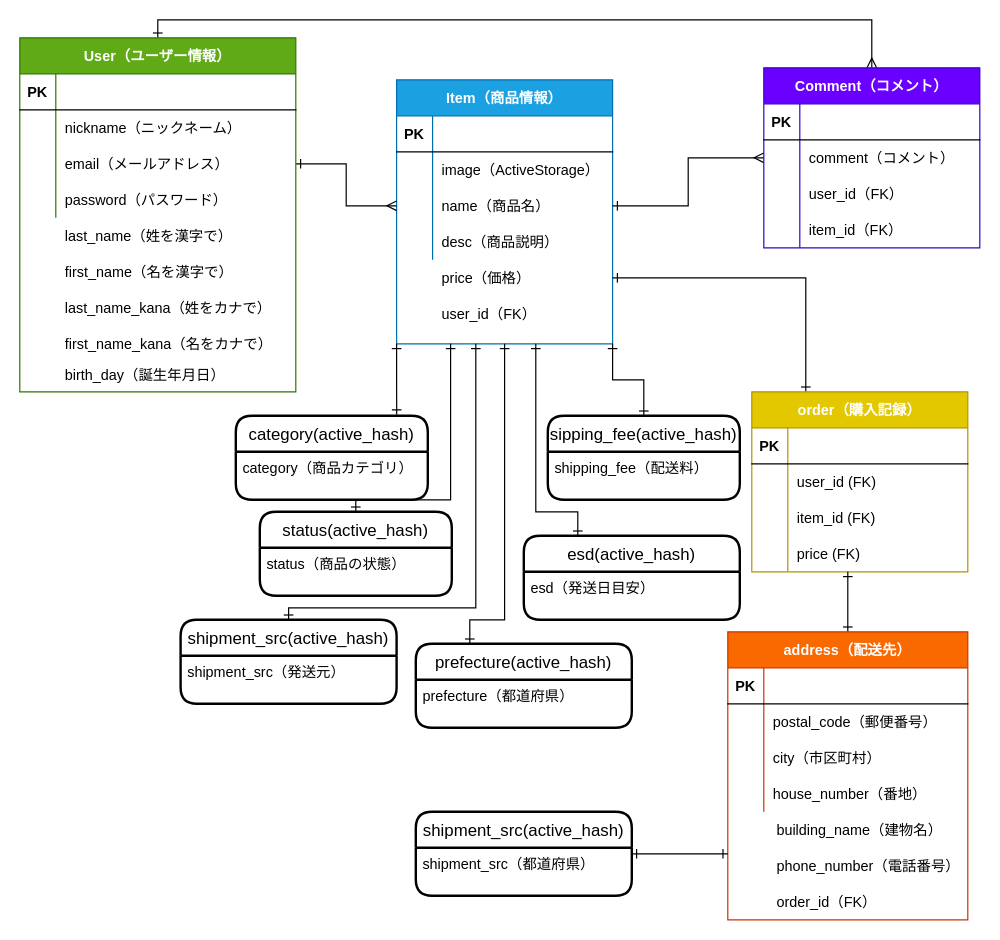
Above: furima-35018.dio in soozeay/furima-35018 (draw.io), before the change. Source tidied: cells renumbered, new cells numbered last; positions are measured from the earlier drawing's top-left corner, leaving out a move shared by most shapes. Both pictures are drawn from the tidied source at 120%, with x=0, y=0 at pixel (19, 19).
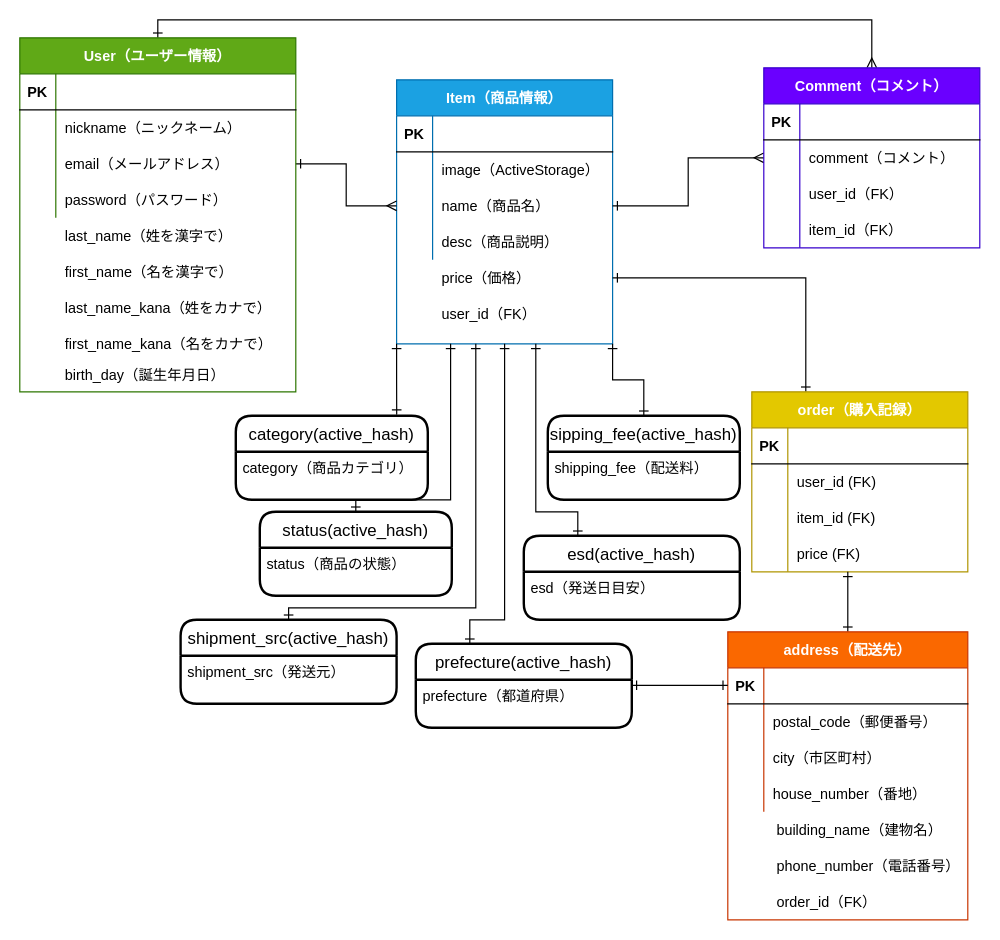
The same diagram, later.

The edit, as a diff of the source:
```diff
@@
-    <mxCell id="91" style="edgeStyle=orthogonalEdgeStyle;rounded=0;jettySize=auto;html=1;exitX=1;exitY=0.5;exitDx=0;exitDy=0;startArrow=ERone;startFill=0;endArrow=ERone;endFill=0;" parent="1" edge="1" source="92">
+    <mxCell id="91" style="edgeStyle=orthogonalEdgeStyle;rounded=0;orthogonalLoop=1;jettySize=auto;html=1;exitX=1;exitY=0.5;exitDx=0;exitDy=0;startArrow=ERone;startFill=0;endArrow=ERone;endFill=0;" parent="1" edge="1">
       <mxGeometry relative="1" as="geometry">
-        <mxPoint x="590" y="695" as="targetPoint" />
+        <mxPoint x="510" y="554.6" as="sourcePoint" />
+        <mxPoint x="590" y="554.6" as="targetPoint" />
       </mxGeometry>
     </mxCell>
-    <mxCell id="92" value="shipment_src(active_hash)" style="swimlane;horizontal=1;startSize=30;rounded=1;fontSize=14;fontStyle=0;strokeWidth=2;shadow=0;dashed=0;align=center;" parent="1" vertex="1">
-      <mxGeometry x="330" y="660" width="180" height="70" as="geometry" />
-    </mxCell>
-    <mxCell id="93" value="shipment_src（都道府県）" style="align=left;strokeColor=none;fillColor=none;spacingLeft=4;fontSize=12;verticalAlign=top;" parent="92" vertex="1">
-      <mxGeometry y="30" width="180" height="40" as="geometry" />
-    </mxCell>
```
